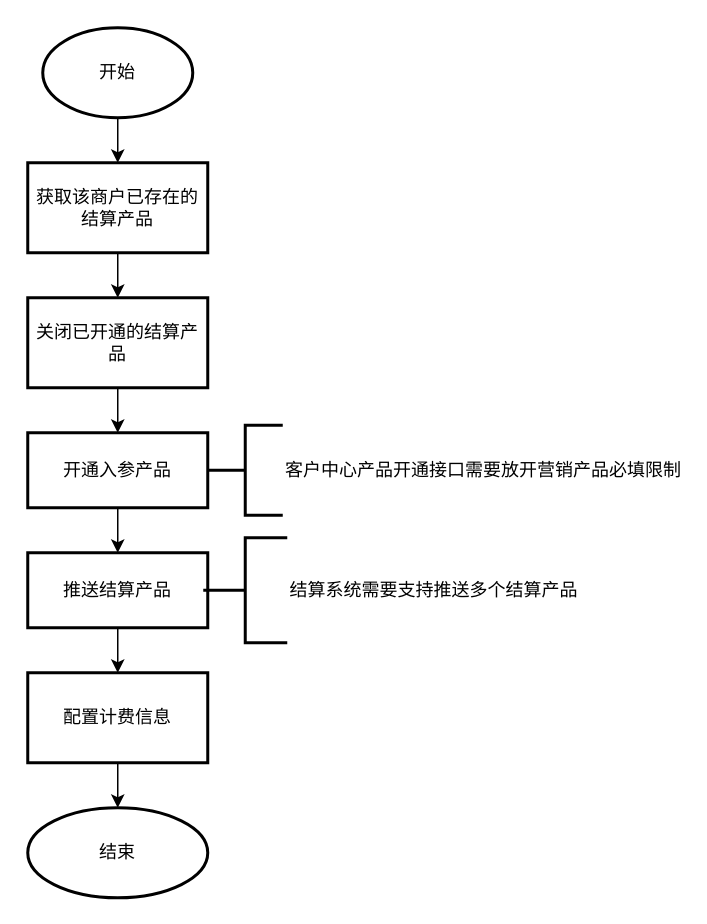
This is page "产品开通服务流程图" (4 of 4) of 0类产品.drawio from fengyong7723131/work, a draw.io file, before an edit. Source tidied: cells renumbered, new cells numbered last; positions are measured from the earlier drawing's top-left corner, leaving out a move shared by most shapes. Both pictures are drawn from the tidied source at 150%, with x=0, y=0 at pixel (27, 27).
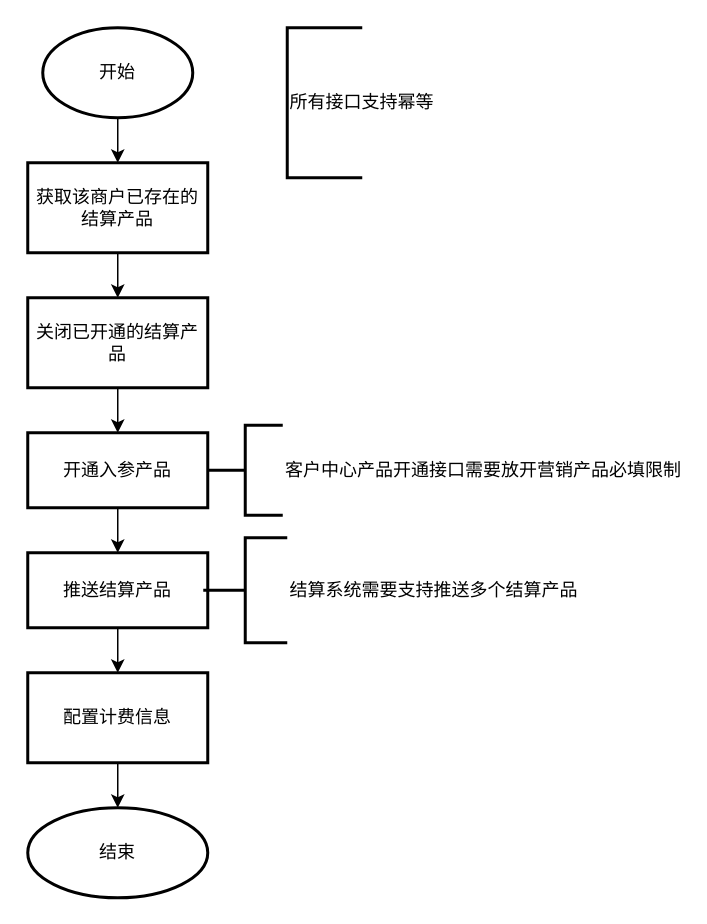
The same diagram, later.

Change to the diagram source:
```diff
@@
 <mxGraphModel>
   <root>
     <mxCell id="0" />
     <mxCell id="1" parent="0" />
     <mxCell id="2" style="edgeStyle=orthogonalEdgeStyle;rounded=0;jettySize=auto;html=1;" parent="1" edge="1" source="3" target="5">
       <mxGeometry relative="1" as="geometry" />
     </mxCell>
     <mxCell id="3" value="开始" style="strokeWidth=2;html=1;shape=mxgraph.flowchart.start_1;whiteSpace=wrap;" parent="1" vertex="1">
       <mxGeometry x="10" width="100" height="60" as="geometry" />
     </mxCell>
     <mxCell id="4" style="edgeStyle=orthogonalEdgeStyle;rounded=0;jettySize=auto;html=1;" parent="1" edge="1" source="5" target="7">
       <mxGeometry relative="1" as="geometry" />
     </mxCell>
     <mxCell id="5" value="获取该商户已存在的结算产品" style="whiteSpace=wrap;html=1;strokeWidth=2;" parent="1" vertex="1">
       <mxGeometry y="90" width="120" height="60" as="geometry" />
     </mxCell>
     <mxCell id="6" style="edgeStyle=orthogonalEdgeStyle;rounded=0;jettySize=auto;html=1;" parent="1" edge="1" source="7" target="9">
       <mxGeometry relative="1" as="geometry" />
     </mxCell>
     <mxCell id="7" value="关闭已开通的结算产品" style="whiteSpace=wrap;html=1;strokeWidth=2;" parent="1" vertex="1">
       <mxGeometry y="180" width="120" height="60" as="geometry" />
     </mxCell>
     <mxCell id="8" style="edgeStyle=orthogonalEdgeStyle;rounded=0;jettySize=auto;html=1;" parent="1" edge="1" source="9" target="11">
       <mxGeometry relative="1" as="geometry" />
     </mxCell>
     <mxCell id="9" value="开通入参产品" style="whiteSpace=wrap;html=1;strokeWidth=2;" parent="1" vertex="1">
       <mxGeometry y="270" width="120" height="50" as="geometry" />
     </mxCell>
     <mxCell id="10" style="edgeStyle=orthogonalEdgeStyle;rounded=0;jettySize=auto;html=1;" parent="1" edge="1" source="11" target="13">
       <mxGeometry relative="1" as="geometry" />
     </mxCell>
     <mxCell id="11" value="推送结算产品" style="whiteSpace=wrap;html=1;strokeWidth=2;" parent="1" vertex="1">
       <mxGeometry y="350" width="120" height="50" as="geometry" />
     </mxCell>
     <mxCell id="12" style="edgeStyle=orthogonalEdgeStyle;rounded=0;jettySize=auto;html=1;" parent="1" edge="1" source="13" target="14">
       <mxGeometry relative="1" as="geometry" />
     </mxCell>
     <mxCell id="13" value="配置计费信息" style="whiteSpace=wrap;html=1;strokeWidth=2;" parent="1" vertex="1">
       <mxGeometry y="430" width="120" height="60" as="geometry" />
     </mxCell>
     <mxCell id="14" value="结束" style="ellipse;whiteSpace=wrap;html=1;strokeWidth=2;" parent="1" vertex="1">
       <mxGeometry y="520" width="120" height="60" as="geometry" />
     </mxCell>
     <mxCell id="15" value="客户中心产品开通接口需要放开营销产品必填限制" style="strokeWidth=2;html=1;shape=mxgraph.flowchart.annotation_2;align=left;labelPosition=right;" parent="1" vertex="1">
       <mxGeometry x="120" y="265" width="50" height="60" as="geometry" />
     </mxCell>
     <mxCell id="16" value="结算系统需要支持推送多个结算产品" style="strokeWidth=2;html=1;shape=mxgraph.flowchart.annotation_2;align=left;labelPosition=right;" parent="1" vertex="1">
       <mxGeometry x="117" y="340" width="56" height="70" as="geometry" />
     </mxCell>
+    <mxCell id="17" value="所有接口支持幂等" style="strokeWidth=2;html=1;shape=mxgraph.flowchart.annotation_1;align=left;" parent="1" vertex="1">
+      <mxGeometry x="173" width="50" height="100" as="geometry" />
+    </mxCell>
   </root>
 </mxGraphModel>
```
